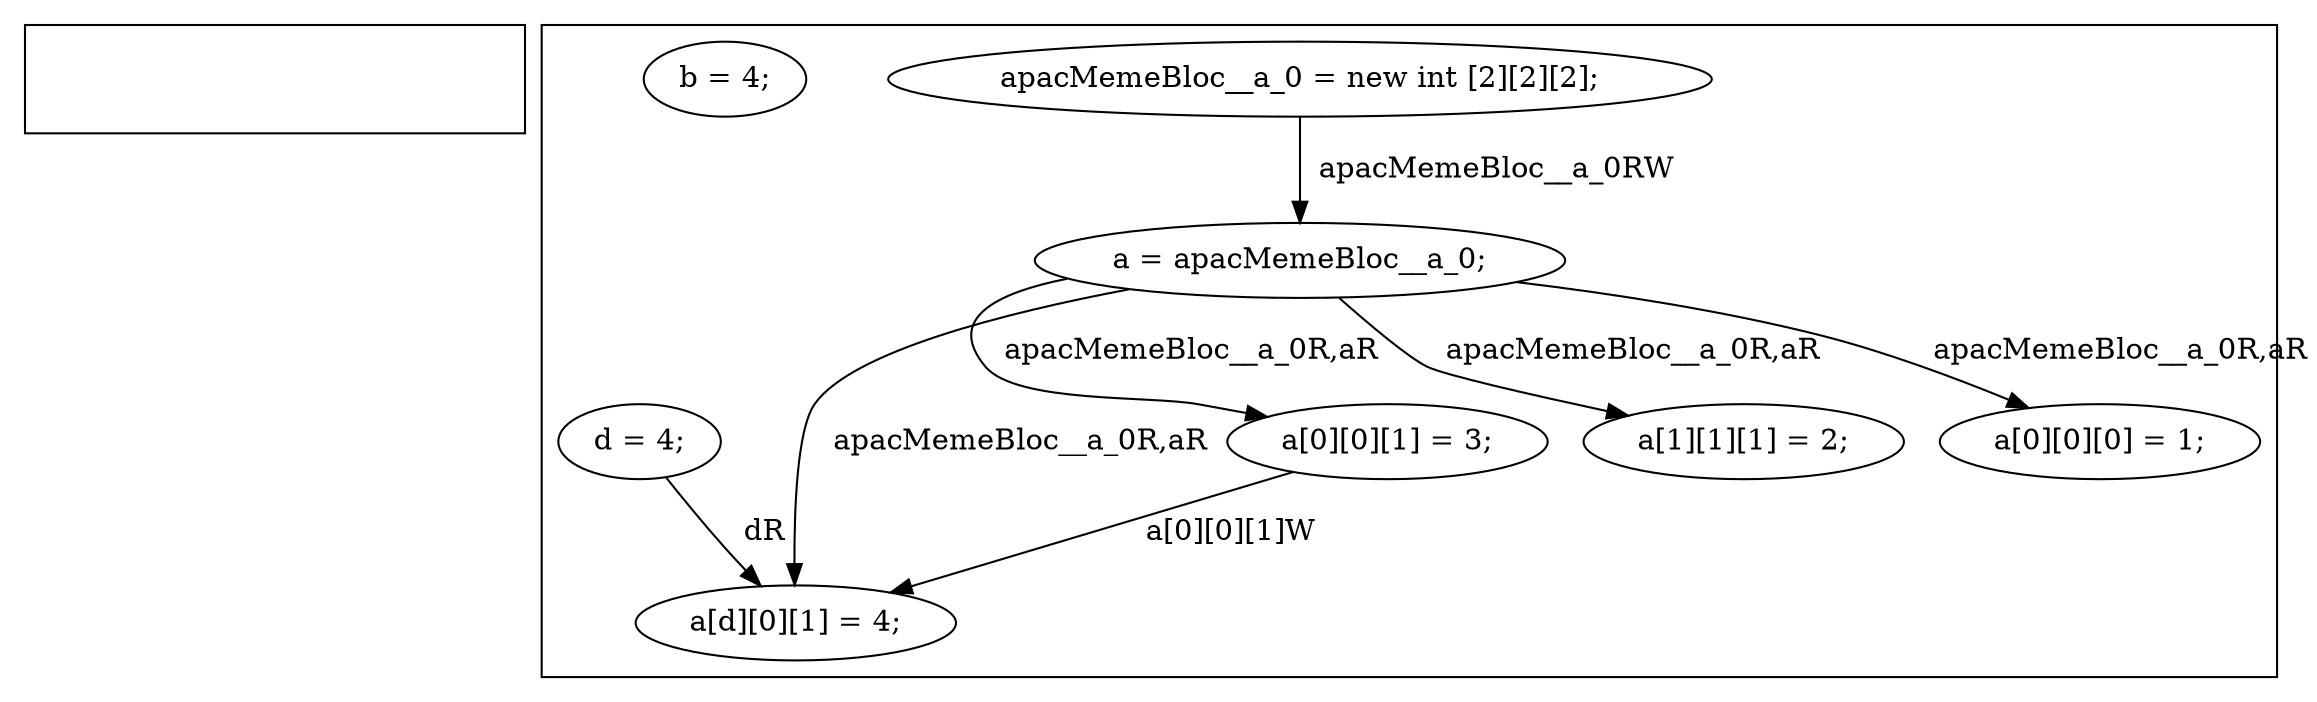
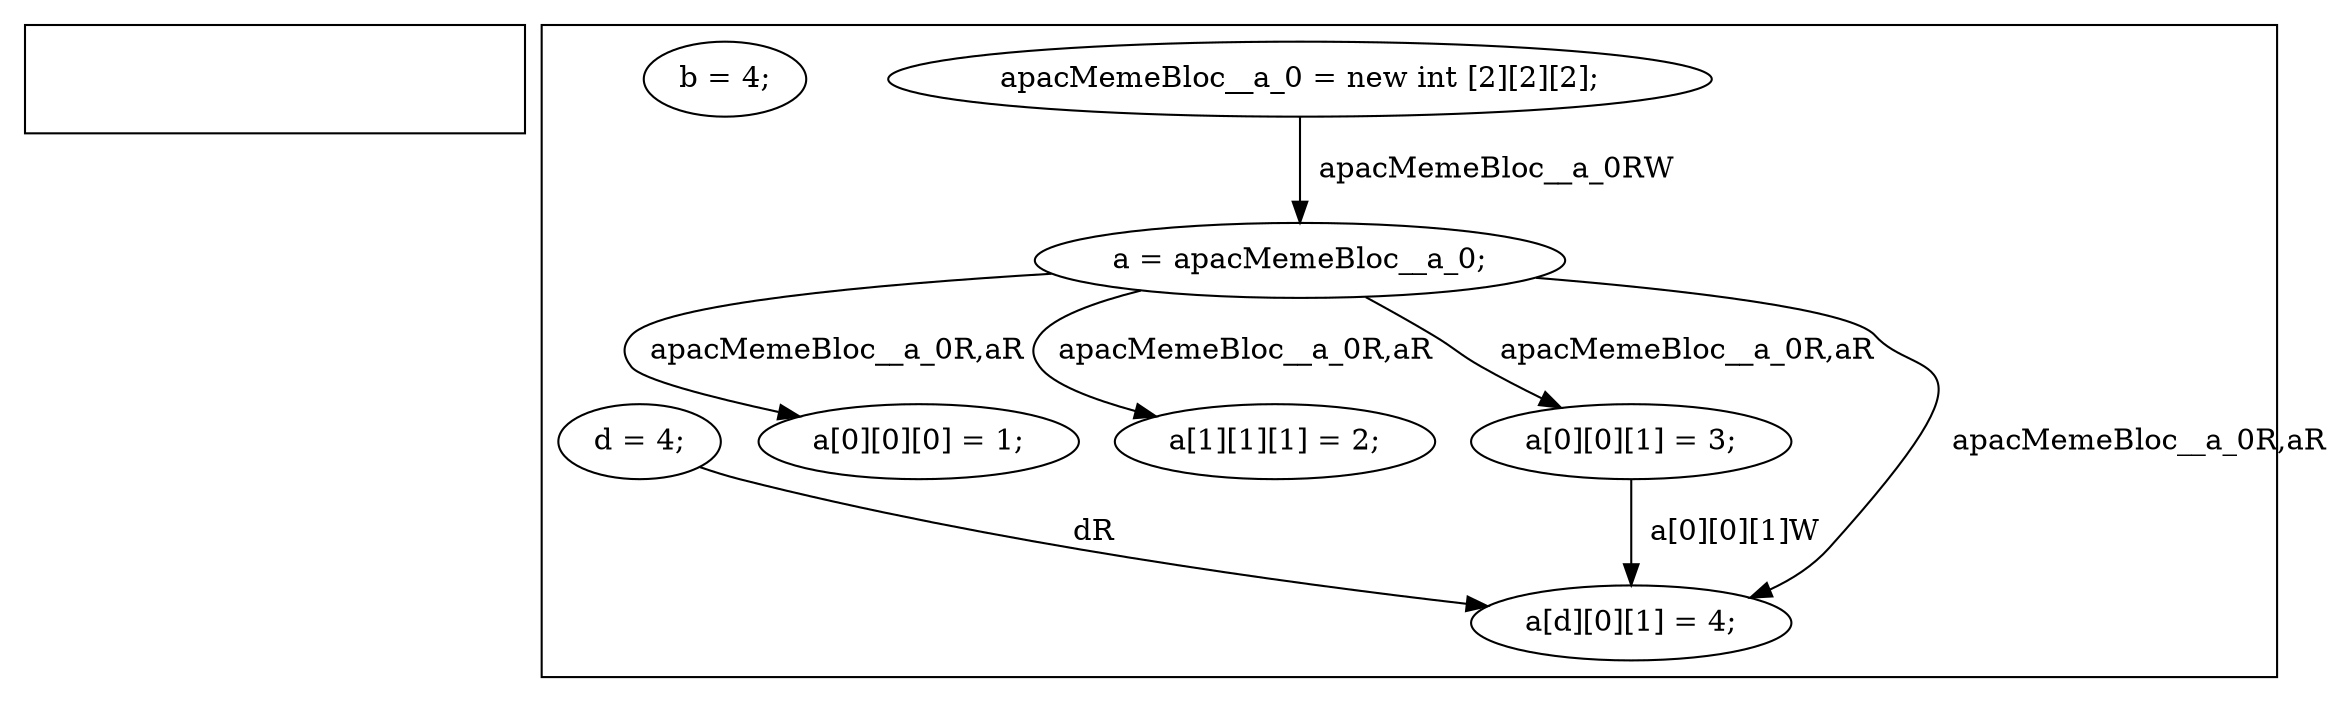
digraph G {
subgraph cluster_f0 {
    invisibleNodeScope_0 [style=invis];
}
subgraph cluster_f1 {
    invisibleNodeScope_1 [style=invis];
    0 [label="apacMemeBloc__a_0 = new int [2][2][2];"];
+     1 [label="a = apacMemeBloc__a_0;"];
+     2 [label="b = 4;"];
+     3 [label="d = 4;"];
+     4 [label="a[0][0][0] = 1;"];
+     5 [label="a[1][1][1] = 2;"];
+     6 [label="a[0][0][1] = 3;"];
+     7 [label="a[d][0][1] = 4;"];
+ }
    0 -> 1[label="  apacMemeBloc__a_0RW"];
-     1 [label="a = apacMemeBloc__a_0;"];
    1 -> 7[label="  apacMemeBloc__a_0R,aR"];
    1 -> 6[label="  apacMemeBloc__a_0R,aR"];
    1 -> 5[label="  apacMemeBloc__a_0R,aR"];
    1 -> 4[label="  apacMemeBloc__a_0R,aR"];
-     2 [label="b = 4;"];
-     3 [label="d = 4;"];
    3 -> 7[label="  dR"];
-     4 [label="a[0][0][0] = 1;"];
-     5 [label="a[1][1][1] = 2;"];
-     6 [label="a[0][0][1] = 3;"];
    6 -> 7[label="  a[0][0][1]W"];
-     7 [label="a[d][0][1] = 4;"];
}
- }
